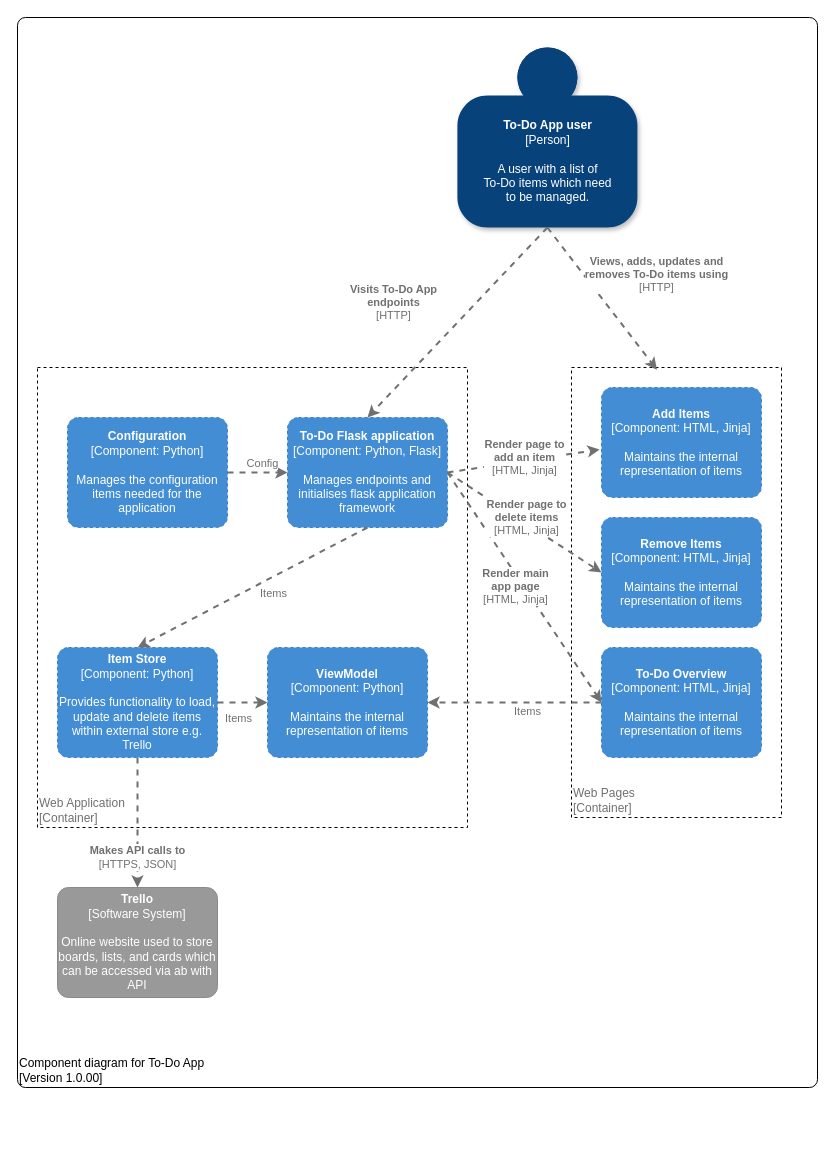
pcoulso1/DevOps-Course-Starter keeps this draw.io diagram as page "Component diagram" (3 of 4) of docs/c4model.drawio. Above is the earlier version. Source tidied: cells renumbered, new cells numbered last; positions are measured from the earlier drawing's top-left corner, leaving out a move shared by most shapes. Both pictures are drawn from the tidied source at 100%, with x=0, y=0 at pixel (17, 17).
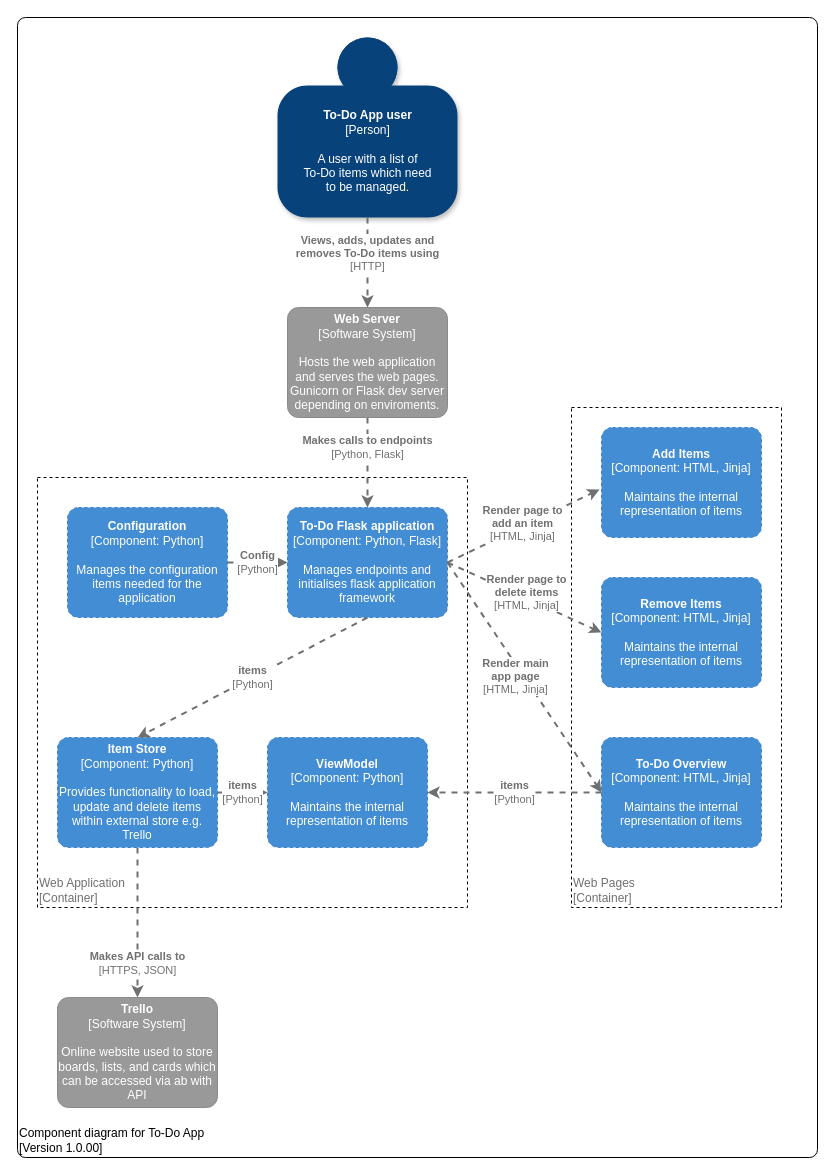
After the change.

Commit message (it also covers changes not shown here):
Updates to include web server

The edit, as a diff of the source:
```diff
@@
     <object id="2" label="&lt;div style=&quot;text-align: left&quot;&gt;%c4Name%&lt;/div&gt;&lt;div style=&quot;text-align: left&quot;&gt;[%c4Application%]&lt;/div&gt;" c4Application="Version 1.0.00" c4Name="Component diagram for To-Do App" placeholders="1">
       <mxCell style="rounded=1;whiteSpace=wrap;html=1;labelBackgroundColor=none;fillColor=#ffffff;fontColor=#000000;align=left;arcSize=1;strokeColor=#000000;verticalAlign=bottom;metaData={&quot;c4Type&quot;:{&quot;editable&quot;:false}};fontStyle=0;" parent="1" vertex="1">
-        <mxGeometry width="800" height="1070" as="geometry" />
+        <mxGeometry width="800" height="1140" as="geometry" />
       </mxCell>
     </object>
     <mxCell id="3" value="Web Application&lt;br&gt;&lt;div&gt;&lt;span&gt;[Container]&lt;/span&gt;&lt;/div&gt;" style="whiteSpace=wrap;html=1;rounded=0;shadow=0;fontColor=#707070;fillColor=none;dashed=1;align=left;verticalAlign=bottom;" parent="1" vertex="1">
-      <mxGeometry x="20" y="350" width="430" height="460" as="geometry" />
+      <mxGeometry x="20" y="460" width="430" height="430" as="geometry" />
     </mxCell>
     <mxCell id="4" value="Web Pages&lt;br&gt;[Container]" style="whiteSpace=wrap;html=1;rounded=0;shadow=0;fontColor=#707070;fillColor=none;dashed=1;align=left;verticalAlign=bottom;" parent="1" vertex="1">
-      <mxGeometry x="554" y="350" width="210" height="450" as="geometry" />
+      <mxGeometry x="554" y="390" width="210" height="500" as="geometry" />
     </mxCell>
     <object id="5" label="&lt;b&gt;%c4Name%&lt;/b&gt;&lt;div&gt;[%c4Type%]&lt;/div&gt;&lt;br&gt;&lt;div&gt;%c4Description%&lt;/div&gt;" c4Description="A user with a list of&#10;To-Do items which need&#10;to be managed." c4Name="To-Do App user" c4Type="Person" placeholders="1">
       <mxCell style="html=1;dashed=0;whitespace=wrap;fillColor=#08427b;strokeColor=none;fontColor=#ffffff;shape=mxgraph.c4.person;align=center;points=[[0.5,0,0],[1,0.5,0],[1,0.75,0],[0.75,1,0],[0.5,1,0],[0.25,1,0],[0,0.75,0],[0,0.5,0]];metaData={&quot;c4Type&quot;:{&quot;editable&quot;:false}};shadow=1;" parent="1" vertex="1">
-        <mxGeometry x="439.9" y="30" width="180" height="180" as="geometry" />
+        <mxGeometry x="260" y="20" width="180" height="180" as="geometry" />
       </mxCell>
     </object>
     <object id="6" label="&lt;b&gt;%c4Name%&lt;/b&gt;&lt;div&gt;[%c4Type%]&lt;/div&gt;&lt;br&gt;&lt;div&gt;%c4Description%&lt;/div&gt;" c4Description="Online website used to store boards, lists, and cards which can be accessed via ab with API" c4Name="Trello" c4Type="Software System" placeholders="1">
       <mxCell style="rounded=1;whiteSpace=wrap;html=1;labelBackgroundColor=none;fillColor=#999999;fontColor=#ffffff;align=center;arcSize=10;strokeColor=#8A8A8A;metaData={&quot;c4Type&quot;:{&quot;editable&quot;:false}};points=[[0.25,0,0],[0.5,0,0],[0.75,0,0],[1,0.25,0],[1,0.5,0],[1,0.75,0],[0.75,1,0],[0.5,1,0],[0.25,1,0],[0,0.75,0],[0,0.5,0],[0,0.25,0]];" parent="1" vertex="1">
-        <mxGeometry x="40" y="870" width="160" height="110" as="geometry" />
+        <mxGeometry x="40" y="980" width="160" height="110" as="geometry" />
       </mxCell>
     </object>
@@
-    <object id="8" label="&lt;div style=&quot;text-align: left&quot;&gt;&lt;div style=&quot;text-align: center&quot;&gt;&lt;b&gt;%c4Description%&lt;/b&gt;&lt;/div&gt;&lt;div style=&quot;text-align: center&quot;&gt;[%c4Technology%]&lt;/div&gt;&lt;/div&gt;" c4Description="Visits To-Do App&#10;endpoints" c4Technology="HTTP" placeholders="1">
-      <mxCell style="edgeStyle=none;rounded=0;html=1;entryX=0.5;entryY=0;jettySize=auto;strokeColor=#707070;strokeWidth=2;fontColor=#707070;jumpStyle=none;dashed=1;metaData={&quot;c4Type&quot;:{&quot;editable&quot;:false}};exitX=0.5;exitY=1;exitDx=0;exitDy=0;exitPerimeter=0;entryDx=0;entryDy=0;entryPerimeter=0;" parent="1" edge="1" source="5" target="11">
-        <mxGeometry x="0.22" y="-60" relative="1" as="geometry" />
+    <object id="8" label="&lt;div style=&quot;text-align: left&quot;&gt;&lt;div style=&quot;text-align: center&quot;&gt;&lt;b&gt;%c4Description%&lt;/b&gt;&lt;/div&gt;&lt;div style=&quot;text-align: center&quot;&gt;[%c4Technology%]&lt;/div&gt;&lt;/div&gt;" c4Description="Makes calls to endpoints" c4Technology="Python, Flask" placeholders="1">
+      <mxCell style="edgeStyle=none;rounded=0;html=1;entryX=0.5;entryY=0;jettySize=auto;strokeColor=#707070;strokeWidth=2;fontColor=#707070;jumpStyle=none;dashed=1;metaData={&quot;c4Type&quot;:{&quot;editable&quot;:false}};exitX=0.5;exitY=1;exitDx=0;exitDy=0;exitPerimeter=0;entryDx=0;entryDy=0;entryPerimeter=0;" parent="1" edge="1" source="28" target="11">
+        <mxGeometry x="-0.33" relative="1" as="geometry" />
       </mxCell>
     </object>
@@
     <object id="10" label="&lt;div style=&quot;text-align: left&quot;&gt;&lt;div style=&quot;text-align: center&quot;&gt;&lt;b&gt;%c4Description%&lt;/b&gt;&lt;/div&gt;&lt;div style=&quot;text-align: center&quot;&gt;[%c4Technology%]&lt;/div&gt;&lt;/div&gt;" c4Description="Views, adds, updates and &#10;removes To-Do items using" c4Technology="HTTP" placeholders="1">
-      <mxCell style="edgeStyle=none;rounded=0;html=1;jettySize=auto;strokeColor=#707070;strokeWidth=2;fontColor=#707070;jumpStyle=none;dashed=1;metaData={&quot;c4Type&quot;:{&quot;editable&quot;:false}};exitX=0.5;exitY=1;exitDx=0;exitDy=0;exitPerimeter=0;entryX=0.407;entryY=0.005;entryDx=0;entryDy=0;entryPerimeter=0;" parent="1" edge="1" source="5" target="4">
-        <mxGeometry x="0.16" y="58" relative="1" as="geometry" />
+      <mxCell style="edgeStyle=none;rounded=0;html=1;jettySize=auto;strokeColor=#707070;strokeWidth=2;fontColor=#707070;jumpStyle=none;dashed=1;metaData={&quot;c4Type&quot;:{&quot;editable&quot;:false}};exitX=0.5;exitY=1;exitDx=0;exitDy=0;exitPerimeter=0;entryX=0.5;entryY=0;entryDx=0;entryDy=0;entryPerimeter=0;" parent="1" edge="1" source="5" target="28">
+        <mxGeometry x="-0.2" relative="1" as="geometry" />
       </mxCell>
     </object>
     <object id="11" label="&lt;b&gt;%c4Name%&lt;/b&gt;&lt;div&gt;[%c4Type%: %c4Technology%]&lt;/div&gt;&lt;br&gt;&lt;div&gt;%c4Description%&lt;/div&gt;" c4Description="Manages endpoints and initialises flask application framework" c4Name="To-Do Flask application" c4Technology="Python, Flask" c4Type="Component" placeholders="1">
       <mxCell style="rounded=1;whiteSpace=wrap;html=1;labelBackgroundColor=none;fillColor=#438DD5;fontColor=#ffffff;align=center;arcSize=10;strokeColor=#3C7FC0;metaData={&quot;c4Type&quot;:{&quot;editable&quot;:false}};points=[[0.25,0,0],[0.5,0,0],[0.75,0,0],[1,0.25,0],[1,0.5,0],[1,0.75,0],[0.75,1,0],[0.5,1,0],[0.25,1,0],[0,0.75,0],[0,0.5,0],[0,0.25,0]];shadow=0;dashed=1;" parent="1" vertex="1">
-        <mxGeometry x="270" y="400" width="160" height="110" as="geometry" />
+        <mxGeometry x="270" y="490" width="160" height="110" as="geometry" />
       </mxCell>
     </object>
     <object id="12" label="&lt;b&gt;%c4Name%&lt;/b&gt;&lt;div&gt;[%c4Type%: %c4Technology%]&lt;/div&gt;&lt;br&gt;&lt;div&gt;%c4Description%&lt;/div&gt;" c4Description="Provides functionality to load, update and delete items within external store e.g. Trello" c4Name="Item Store" c4Technology="Python" c4Type="Component" placeholders="1">
       <mxCell style="rounded=1;whiteSpace=wrap;html=1;labelBackgroundColor=none;fillColor=#438DD5;fontColor=#ffffff;align=center;arcSize=10;strokeColor=#3C7FC0;metaData={&quot;c4Type&quot;:{&quot;editable&quot;:false}};points=[[0.25,0,0],[0.5,0,0],[0.75,0,0],[1,0.25,0],[1,0.5,0],[1,0.75,0],[0.75,1,0],[0.5,1,0],[0.25,1,0],[0,0.75,0],[0,0.5,0],[0,0.25,0]];shadow=0;dashed=1;" parent="1" vertex="1">
-        <mxGeometry x="40" y="630" width="160" height="110" as="geometry" />
+        <mxGeometry x="40" y="720" width="160" height="110" as="geometry" />
       </mxCell>
     </object>
-    <mxCell id="13" style="edgeStyle=none;rounded=0;jettySize=auto;html=1;exitX=1;exitY=0.5;exitDx=0;exitDy=0;exitPerimeter=0;dashed=1;strokeColor=#707070;strokeWidth=2;fontColor=#707070;" parent="1" edge="1" source="15" target="11">
-      <mxGeometry relative="1" as="geometry" />
-    </mxCell>
-    <mxCell id="14" value="Config" style="edgeLabel;html=1;align=center;verticalAlign=middle;fontColor=#707070;" parent="13" vertex="1">
-      <mxGeometry x="-0.38" y="-1" relative="1" as="geometry">
-        <mxPoint x="15" y="-11" as="offset" />
-      </mxGeometry>
-    </mxCell>
     <object id="15" label="&lt;b&gt;%c4Name%&lt;/b&gt;&lt;div&gt;[%c4Type%: %c4Technology%]&lt;/div&gt;&lt;br&gt;&lt;div&gt;%c4Description%&lt;/div&gt;" c4Description="Manages the configuration items needed for the application" c4Name="Configuration" c4Technology="Python" c4Type="Component" placeholders="1">
       <mxCell style="rounded=1;whiteSpace=wrap;html=1;labelBackgroundColor=none;fillColor=#438DD5;fontColor=#ffffff;align=center;arcSize=10;strokeColor=#3C7FC0;metaData={&quot;c4Type&quot;:{&quot;editable&quot;:false}};points=[[0.25,0,0],[0.5,0,0],[0.75,0,0],[1,0.25,0],[1,0.5,0],[1,0.75,0],[0.75,1,0],[0.5,1,0],[0.25,1,0],[0,0.75,0],[0,0.5,0],[0,0.25,0]];shadow=0;dashed=1;" parent="1" vertex="1">
-        <mxGeometry x="50" y="400" width="160" height="110" as="geometry" />
+        <mxGeometry x="50" y="490" width="160" height="110" as="geometry" />
       </mxCell>
     </object>
     <object id="16" label="&lt;b&gt;%c4Name%&lt;/b&gt;&lt;div&gt;[%c4Type%: %c4Technology%]&lt;/div&gt;&lt;br&gt;&lt;div&gt;%c4Description%&lt;/div&gt;" c4Description="Maintains the internal representation of items" c4Name="ViewModel" c4Technology="Python" c4Type="Component" placeholders="1">
       <mxCell style="rounded=1;whiteSpace=wrap;html=1;labelBackgroundColor=none;fillColor=#438DD5;fontColor=#ffffff;align=center;arcSize=10;strokeColor=#3C7FC0;metaData={&quot;c4Type&quot;:{&quot;editable&quot;:false}};points=[[0.25,0,0],[0.5,0,0],[0.75,0,0],[1,0.25,0],[1,0.5,0],[1,0.75,0],[0.75,1,0],[0.5,1,0],[0.25,1,0],[0,0.75,0],[0,0.5,0],[0,0.25,0]];shadow=0;dashed=1;" parent="1" vertex="1">
-        <mxGeometry x="250" y="630" width="160" height="110" as="geometry" />
+        <mxGeometry x="250" y="720" width="160" height="110" as="geometry" />
       </mxCell>
     </object>
-    <mxCell id="17" style="edgeStyle=none;rounded=0;jettySize=auto;html=1;dashed=1;strokeColor=#707070;strokeWidth=2;fontColor=#707070;entryX=1;entryY=0.5;entryDx=0;entryDy=0;entryPerimeter=0;exitX=0;exitY=0.5;exitDx=0;exitDy=0;exitPerimeter=0;" parent="1" edge="1" source="21" target="16">
-      <mxGeometry relative="1" as="geometry" />
-    </mxCell>
-    <mxCell id="18" value="Items" style="edgeLabel;html=1;align=center;verticalAlign=middle;fontColor=#707070;" parent="17" vertex="1">
-      <mxGeometry x="-0.38" y="-1" relative="1" as="geometry">
-        <mxPoint x="-21" y="9" as="offset" />
-      </mxGeometry>
-    </mxCell>
-    <mxCell id="19" style="edgeStyle=none;rounded=0;jettySize=auto;html=1;dashed=1;strokeColor=#707070;strokeWidth=2;fontColor=#707070;exitX=0.5;exitY=1;exitDx=0;exitDy=0;exitPerimeter=0;entryX=0.5;entryY=0;entryDx=0;entryDy=0;entryPerimeter=0;" parent="1" edge="1" source="11" target="12">
-      <mxGeometry relative="1" as="geometry" />
-    </mxCell>
-    <mxCell id="20" value="Items" style="edgeLabel;html=1;align=center;verticalAlign=middle;fontColor=#707070;" parent="19" vertex="1">
-      <mxGeometry x="-0.38" y="-1" relative="1" as="geometry">
-        <mxPoint x="-23.2" y="28.9" as="offset" />
-      </mxGeometry>
-    </mxCell>
     <object id="21" label="&lt;b&gt;%c4Name%&lt;/b&gt;&lt;div&gt;[%c4Type%: %c4Technology%]&lt;/div&gt;&lt;br&gt;&lt;div&gt;%c4Description%&lt;/div&gt;" c4Description="Maintains the internal representation of items" c4Name="To-Do Overview" c4Technology="HTML, Jinja" c4Type="Component" placeholders="1">
       <mxCell style="rounded=1;whiteSpace=wrap;html=1;labelBackgroundColor=none;fillColor=#438DD5;fontColor=#ffffff;align=center;arcSize=10;strokeColor=#3C7FC0;metaData={&quot;c4Type&quot;:{&quot;editable&quot;:false}};points=[[0.25,0,0],[0.5,0,0],[0.75,0,0],[1,0.25,0],[1,0.5,0],[1,0.75,0],[0.75,1,0],[0.5,1,0],[0.25,1,0],[0,0.75,0],[0,0.5,0],[0,0.25,0]];shadow=0;dashed=1;" parent="1" vertex="1">
-        <mxGeometry x="584" y="630" width="160" height="110" as="geometry" />
+        <mxGeometry x="584" y="720" width="160" height="110" as="geometry" />
       </mxCell>
     </object>
     <object id="22" label="&lt;b&gt;%c4Name%&lt;/b&gt;&lt;div&gt;[%c4Type%: %c4Technology%]&lt;/div&gt;&lt;br&gt;&lt;div&gt;%c4Description%&lt;/div&gt;" c4Description="Maintains the internal representation of items" c4Name="Add Items" c4Technology="HTML, Jinja" c4Type="Component" placeholders="1">
       <mxCell style="rounded=1;whiteSpace=wrap;html=1;labelBackgroundColor=none;fillColor=#438DD5;fontColor=#ffffff;align=center;arcSize=10;strokeColor=#3C7FC0;metaData={&quot;c4Type&quot;:{&quot;editable&quot;:false}};points=[[0.25,0,0],[0.5,0,0],[0.75,0,0],[1,0.25,0],[1,0.5,0],[1,0.75,0],[0.75,1,0],[0.5,1,0],[0.25,1,0],[0,0.75,0],[0,0.5,0],[0,0.25,0]];shadow=0;dashed=1;" parent="1" vertex="1">
-        <mxGeometry x="584" y="370" width="160" height="110" as="geometry" />
+        <mxGeometry x="584" y="410" width="160" height="110" as="geometry" />
       </mxCell>
     </object>
     <object id="23" label="&lt;b&gt;%c4Name%&lt;/b&gt;&lt;div&gt;[%c4Type%: %c4Technology%]&lt;/div&gt;&lt;br&gt;&lt;div&gt;%c4Description%&lt;/div&gt;" c4Description="Maintains the internal representation of items" c4Name="Remove Items" c4Technology="HTML, Jinja" c4Type="Component" placeholders="1">
       <mxCell style="rounded=1;whiteSpace=wrap;html=1;labelBackgroundColor=none;fillColor=#438DD5;fontColor=#ffffff;align=center;arcSize=10;strokeColor=#3C7FC0;metaData={&quot;c4Type&quot;:{&quot;editable&quot;:false}};points=[[0.25,0,0],[0.5,0,0],[0.75,0,0],[1,0.25,0],[1,0.5,0],[1,0.75,0],[0.75,1,0],[0.5,1,0],[0.25,1,0],[0,0.75,0],[0,0.5,0],[0,0.25,0]];shadow=0;dashed=1;" parent="1" vertex="1">
-        <mxGeometry x="584" y="500" width="160" height="110" as="geometry" />
+        <mxGeometry x="584" y="560" width="160" height="110" as="geometry" />
       </mxCell>
     </object>
-    <mxCell id="24" style="edgeStyle=none;rounded=0;jettySize=auto;html=1;dashed=1;strokeColor=#707070;strokeWidth=2;fontColor=#707070;exitX=1;exitY=0.5;exitDx=0;exitDy=0;exitPerimeter=0;entryX=0;entryY=0.5;entryDx=0;entryDy=0;entryPerimeter=0;" parent="1" edge="1" source="12" target="16">
-      <mxGeometry relative="1" as="geometry" />
-    </mxCell>
-    <mxCell id="25" value="Items" style="edgeLabel;html=1;align=center;verticalAlign=middle;fontColor=#707070;" parent="24" vertex="1">
-      <mxGeometry x="-0.38" y="-1" relative="1" as="geometry">
-        <mxPoint x="4" y="14" as="offset" />
-      </mxGeometry>
-    </mxCell>
@@
+    <object id="28" label="&lt;b&gt;%c4Name%&lt;/b&gt;&lt;div&gt;[%c4Type%]&lt;/div&gt;&lt;br&gt;&lt;div&gt;%c4Description%&lt;/div&gt;" c4Description="Hosts the web application and serves the web pages. &#10; Gunicorn or Flask dev server depending on enviroments." c4Name="Web Server" c4Type="Software System" placeholders="1">
+      <mxCell style="rounded=1;whiteSpace=wrap;html=1;labelBackgroundColor=none;fillColor=#999999;fontColor=#ffffff;align=center;arcSize=10;strokeColor=#8A8A8A;metaData={&quot;c4Type&quot;:{&quot;editable&quot;:false}};points=[[0.25,0,0],[0.5,0,0],[0.75,0,0],[1,0.25,0],[1,0.5,0],[1,0.75,0],[0.75,1,0],[0.5,1,0],[0.25,1,0],[0,0.75,0],[0,0.5,0],[0,0.25,0]];" parent="1" vertex="1">
+        <mxGeometry x="270" y="290" width="160" height="110" as="geometry" />
+      </mxCell>
+    </object>
+    <object id="13" label="&lt;div style=&quot;text-align: left&quot;&gt;&lt;div style=&quot;text-align: center&quot;&gt;&lt;b&gt;%c4Description%&lt;/b&gt;&lt;/div&gt;&lt;div style=&quot;text-align: center&quot;&gt;[%c4Technology%]&lt;/div&gt;&lt;/div&gt;" c4Description="Config" c4Technology="Python" placeholders="1">
+      <mxCell style="edgeStyle=none;rounded=0;html=1;jettySize=auto;strokeColor=#707070;strokeWidth=2;fontColor=#707070;jumpStyle=none;dashed=1;metaData={&quot;c4Type&quot;:{&quot;editable&quot;:false}};exitX=1;exitY=0.5;exitDx=0;exitDy=0;exitPerimeter=0;" parent="1" edge="1" source="15" target="11">
+        <mxGeometry relative="1" as="geometry" />
+      </mxCell>
+    </object>
+    <object id="19" label="&lt;div style=&quot;text-align: left&quot;&gt;&lt;div style=&quot;text-align: center&quot;&gt;&lt;b&gt;%c4Description%&lt;/b&gt;&lt;/div&gt;&lt;div style=&quot;text-align: center&quot;&gt;[%c4Technology%]&lt;/div&gt;&lt;/div&gt;" c4Description="items" c4Technology="Python" placeholders="1">
+      <mxCell style="edgeStyle=none;rounded=0;html=1;entryX=0.5;entryY=0;jettySize=auto;strokeColor=#707070;strokeWidth=2;fontColor=#707070;jumpStyle=none;dashed=1;metaData={&quot;c4Type&quot;:{&quot;editable&quot;:false}};exitX=0.5;exitY=1;exitDx=0;exitDy=0;exitPerimeter=0;entryDx=0;entryDy=0;entryPerimeter=0;" parent="1" edge="1" source="11" target="12">
+        <mxGeometry relative="1" as="geometry" />
+      </mxCell>
+    </object>
+    <object id="17" label="&lt;div style=&quot;text-align: left&quot;&gt;&lt;div style=&quot;text-align: center&quot;&gt;&lt;b&gt;%c4Description%&lt;/b&gt;&lt;/div&gt;&lt;div style=&quot;text-align: center&quot;&gt;[%c4Technology%]&lt;/div&gt;&lt;/div&gt;" c4Description="items" c4Technology="Python" placeholders="1">
+      <mxCell style="edgeStyle=none;rounded=0;html=1;entryX=1;entryY=0.5;jettySize=auto;strokeColor=#707070;strokeWidth=2;fontColor=#707070;jumpStyle=none;dashed=1;metaData={&quot;c4Type&quot;:{&quot;editable&quot;:false}};exitX=0;exitY=0.5;exitDx=0;exitDy=0;exitPerimeter=0;entryDx=0;entryDy=0;entryPerimeter=0;" parent="1" edge="1" source="21" target="16">
+        <mxGeometry relative="1" as="geometry" />
+      </mxCell>
+    </object>
+    <object id="24" label="&lt;div style=&quot;text-align: left&quot;&gt;&lt;div style=&quot;text-align: center&quot;&gt;&lt;b&gt;%c4Description%&lt;/b&gt;&lt;/div&gt;&lt;div style=&quot;text-align: center&quot;&gt;[%c4Technology%]&lt;/div&gt;&lt;/div&gt;" c4Description="items" c4Technology="Python" placeholders="1">
+      <mxCell style="edgeStyle=none;rounded=0;html=1;entryX=0;entryY=0.5;jettySize=auto;strokeColor=#707070;strokeWidth=2;fontColor=#707070;jumpStyle=none;dashed=1;metaData={&quot;c4Type&quot;:{&quot;editable&quot;:false}};exitX=1;exitY=0.5;exitDx=0;exitDy=0;exitPerimeter=0;entryDx=0;entryDy=0;entryPerimeter=0;" parent="1" edge="1" source="12" target="16">
+        <mxGeometry relative="1" as="geometry" />
+      </mxCell>
+    </object>
```
